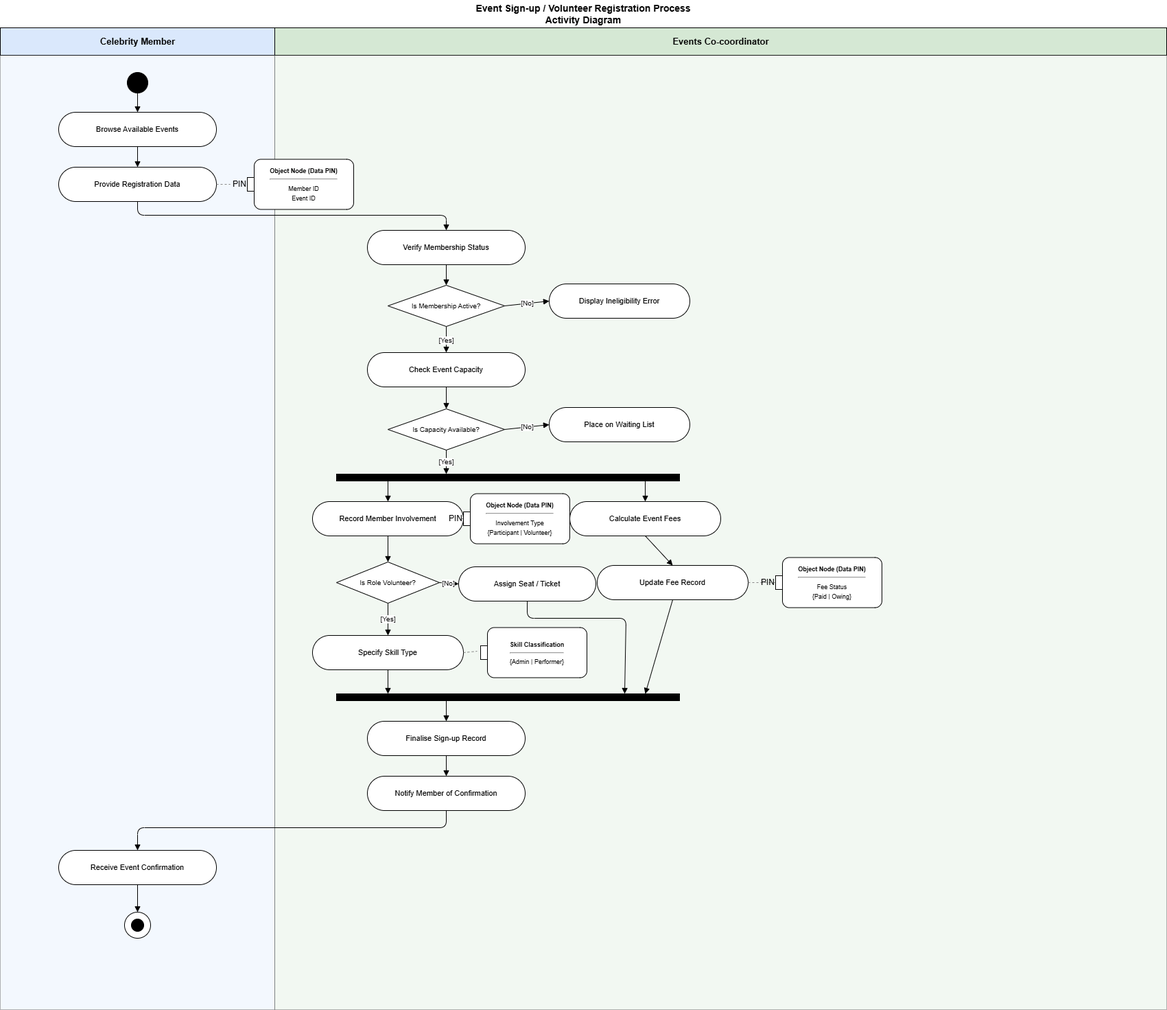
JakeSajith/CST2310_CW1_Portfolio_Images_M01033570 keeps this draw.io diagram as Week4_Activity2_ActivityDiagram.drawio.png. Above is the earlier version. Source tidied: cells renumbered, new cells last; positions are measured from the earlier drawing's top-left corner, leaving out a move shared by most shapes.
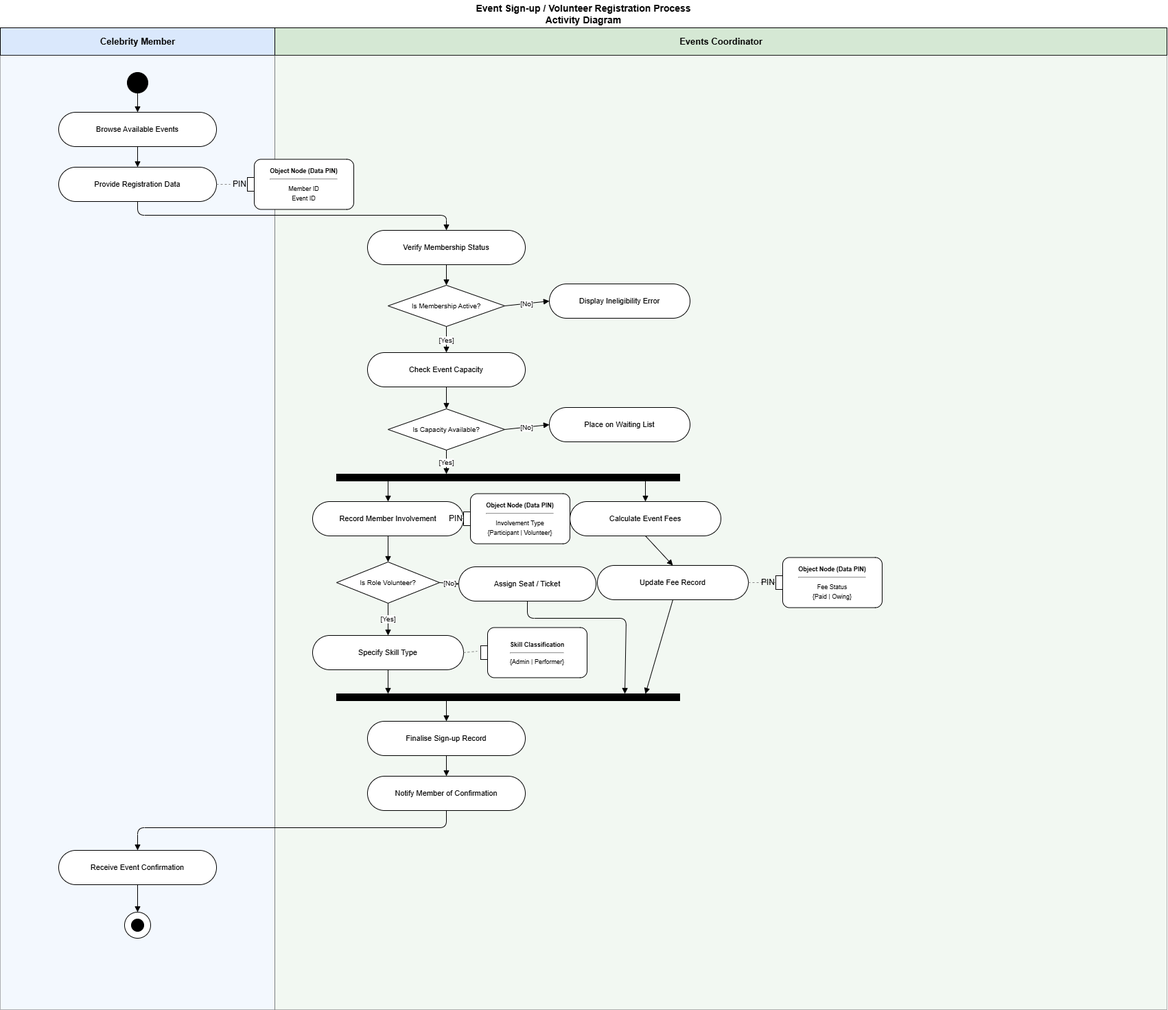
After the change.

Change to the diagram source:
```diff
@@ -8,7 +8,7 @@
     <mxCell id="3" value="Celebrity Member" style="strokeColor=#000000;fillColor=#DAE8FC;align=center;verticalAlign=middle;fontSize=13;fontStyle=1;html=1;" parent="1" vertex="1">
       <mxGeometry y="40" width="400" height="40" as="geometry" />
     </mxCell>
-    <mxCell id="4" value="Events Co-coordinator" style="strokeColor=#000000;fillColor=#D5E8D4;align=center;verticalAlign=middle;fontSize=13;fontStyle=1;html=1;" parent="1" vertex="1">
+    <mxCell id="4" value="Events Coordinator" style="strokeColor=#000000;fillColor=#D5E8D4;align=center;verticalAlign=middle;fontSize=13;fontStyle=1;html=1;" parent="1" vertex="1">
       <mxGeometry x="400" y="40" width="1300" height="40" as="geometry" />
     </mxCell>
     <mxCell id="5" style="rounded=0;fillColor=#DAE8FC;strokeColor=#000000;opacity=30;" parent="1" vertex="1">
```
